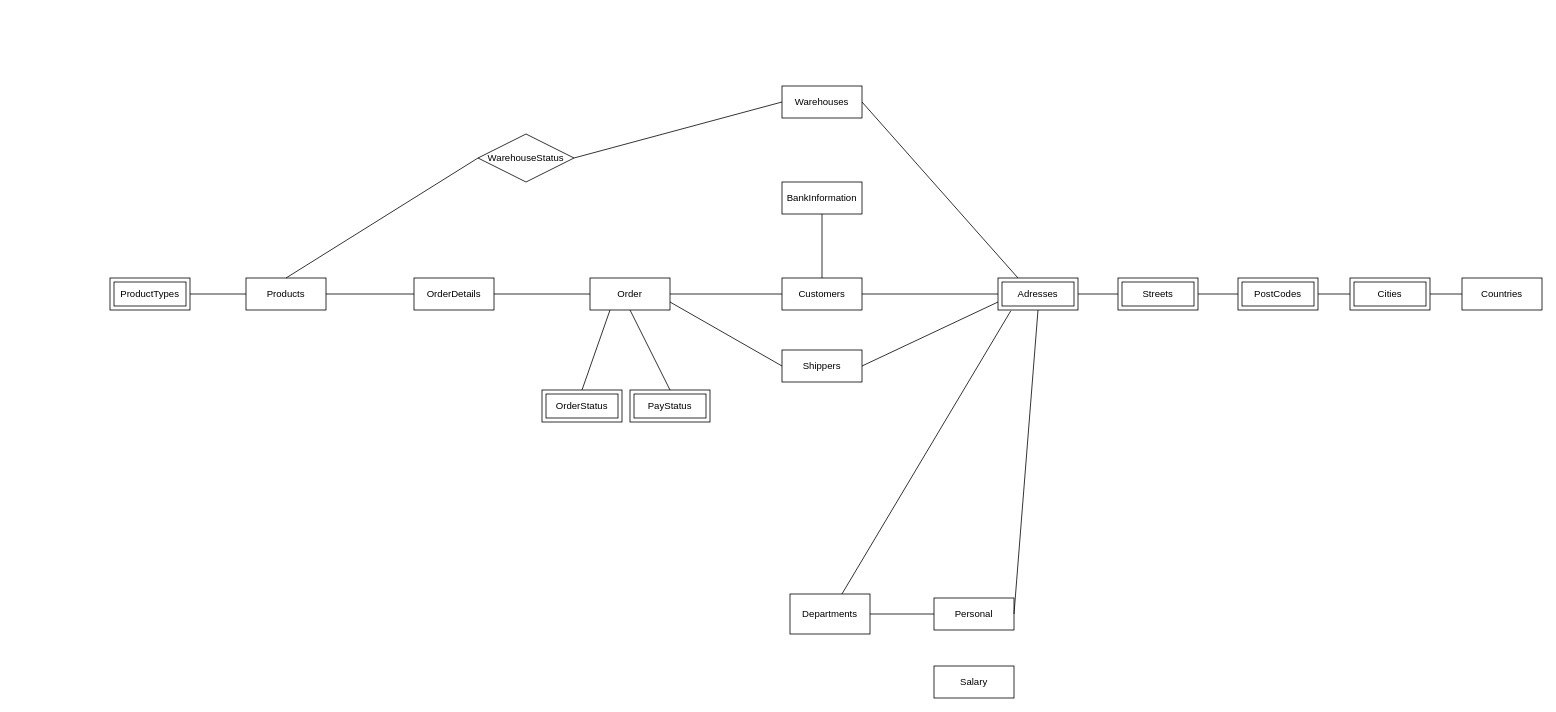
LisaDuente/SQL-Databasteknik keeps this draw.io diagram as IKEA DATABASE/IkeaDatabank.drawio. Above is the earlier version. Source tidied: cells renumbered, new cells numbered last; positions are measured from the earlier drawing's top-left corner, leaving out a move shared by most shapes. Both pictures are drawn from the tidied source at 80%, with x=0, y=0 at pixel (110, 86).
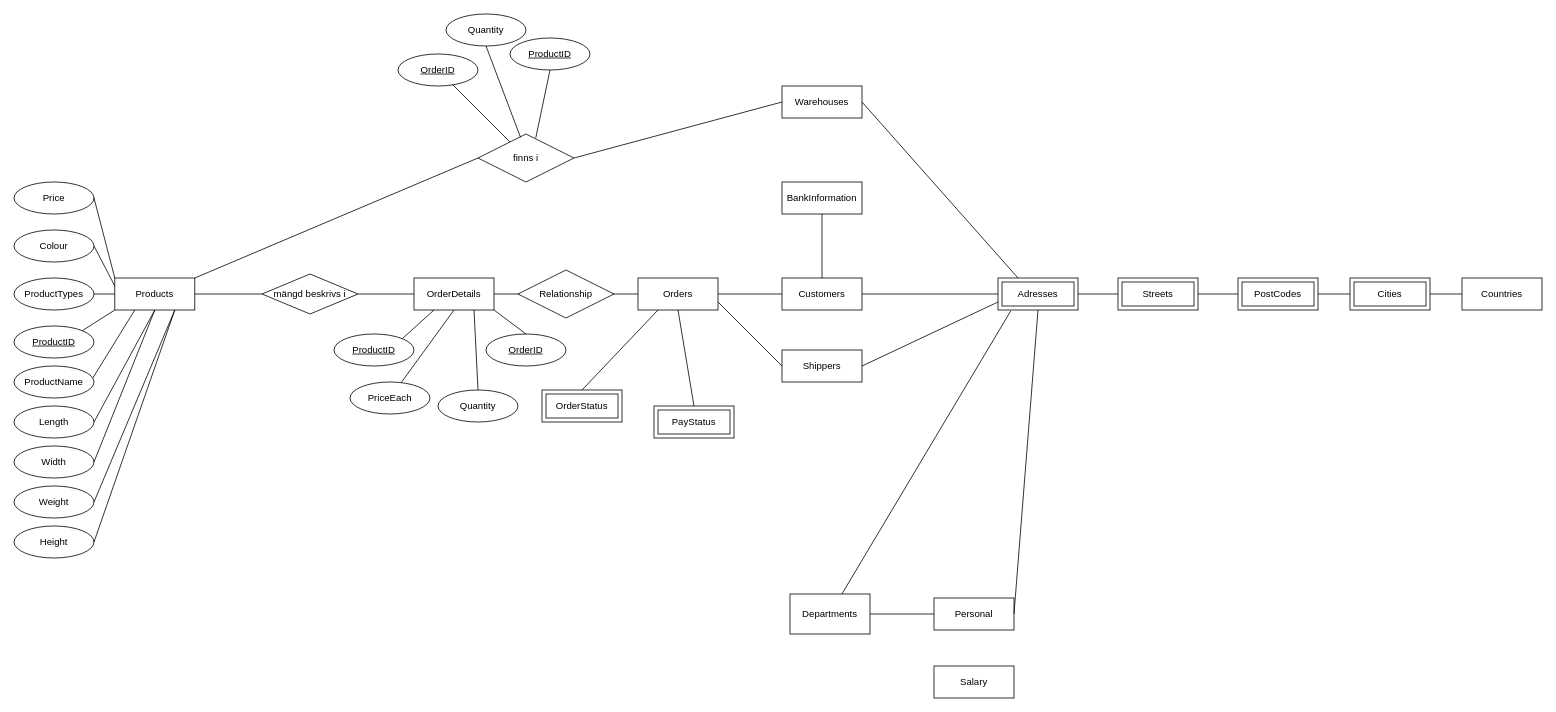
The same diagram, later.

What changed in the source:
```diff
@@
-    <mxCell id="19" value="Order" style="whiteSpace=wrap;html=1;align=center;" parent="1" vertex="1">
-      <mxGeometry x="600" y="240" width="100" height="40" as="geometry" />
+    <mxCell id="19" value="Orders" style="whiteSpace=wrap;html=1;align=center;" parent="1" vertex="1">
+      <mxGeometry x="660" y="240" width="100" height="40" as="geometry" />
     </mxCell>
-    <mxCell id="20" style="endArrow=none;html=1;rounded=0;" parent="1" edge="1">
+    <mxCell id="20" style="endArrow=none;html=1;rounded=0;exitX=1;exitY=0.5;exitDx=0;exitDy=0;" parent="1" edge="1" source="19">
       <mxGeometry relative="1" as="geometry">
-        <mxPoint x="700" y="260" as="sourcePoint" />
         <mxPoint x="840" y="260" as="targetPoint" />
       </mxGeometry>
     </mxCell>
@@
-    <mxCell id="25" value="OrderDetails" style="whiteSpace=wrap;html=1;align=center;" parent="1" vertex="1">
-      <mxGeometry x="380" y="240" width="100" height="40" as="geometry" />
-    </mxCell>
     <mxCell id="26" value="Products" style="whiteSpace=wrap;html=1;align=center;" parent="1" vertex="1">
-      <mxGeometry x="170" y="240" width="100" height="40" as="geometry" />
+      <mxGeometry x="6" y="240" width="100" height="40" as="geometry" />
     </mxCell>
@@
-    <mxCell id="28" value="WarehouseStatus" style="shape=rhombus;perimeter=rhombusPerimeter;whiteSpace=wrap;html=1;align=center;" parent="1" vertex="1">
+    <mxCell id="28" value="finns i" style="shape=rhombus;perimeter=rhombusPerimeter;whiteSpace=wrap;html=1;align=center;" parent="1" vertex="1">
       <mxGeometry x="460" y="60" width="120" height="60" as="geometry" />
     </mxCell>
-    <mxCell id="29" value="ProductTypes" style="shape=ext;margin=3;double=1;whiteSpace=wrap;html=1;align=center;" parent="1" vertex="1">
-      <mxGeometry y="240" width="100" height="40" as="geometry" />
-    </mxCell>
     <mxCell id="30" style="endArrow=none;html=1;rounded=0;entryX=0;entryY=0.5;entryDx=0;entryDy=0;" parent="1" edge="1" target="26">
       <mxGeometry relative="1" as="geometry">
-        <mxPoint x="100" y="260" as="sourcePoint" />
+        <mxPoint x="-30" y="260" as="sourcePoint" />
       </mxGeometry>
     </mxCell>
-    <mxCell id="31" style="endArrow=none;html=1;rounded=0;entryX=0;entryY=0.5;entryDx=0;entryDy=0;" parent="1" edge="1" target="25">
+    <mxCell id="31" style="endArrow=none;html=1;rounded=0;entryX=0;entryY=0.5;entryDx=0;entryDy=0;" parent="1" edge="1">
       <mxGeometry relative="1" as="geometry">
-        <mxPoint x="270" y="260" as="sourcePoint" />
+        <mxPoint x="310" y="260" as="sourcePoint" />
+        <mxPoint x="380" y="260" as="targetPoint" />
       </mxGeometry>
     </mxCell>
-    <mxCell id="32" style="endArrow=none;html=1;rounded=0;entryX=0;entryY=0.5;entryDx=0;entryDy=0;" parent="1" edge="1" target="28">
-      <mxGeometry relative="1" as="geometry">
-        <mxPoint x="220" y="240" as="sourcePoint" />
-      </mxGeometry>
+    <mxCell id="32" style="endArrow=none;html=1;rounded=0;entryX=0;entryY=0.5;entryDx=0;entryDy=0;exitX=1;exitY=0;exitDx=0;exitDy=0;" parent="1" edge="1" source="26" target="28">
+      <mxGeometry relative="1" as="geometry" />
     </mxCell>
@@
     <mxCell id="38" value="PayStatus" style="shape=ext;margin=3;double=1;whiteSpace=wrap;html=1;align=center;" parent="1" vertex="1">
-      <mxGeometry x="650" y="380" width="100" height="40" as="geometry" />
+      <mxGeometry x="680" y="400" width="100" height="40" as="geometry" />
     </mxCell>
@@
+    <mxCell id="41" value="OrderID" style="ellipse;whiteSpace=wrap;html=1;align=center;fontStyle=4;" parent="1" vertex="1">
+      <mxGeometry x="360" y="-40" width="100" height="40" as="geometry" />
+    </mxCell>
+    <mxCell id="42" value="ProductID" style="ellipse;whiteSpace=wrap;html=1;align=center;fontStyle=4;" parent="1" vertex="1">
+      <mxGeometry x="500" y="-60" width="100" height="40" as="geometry" />
+    </mxCell>
+    <mxCell id="43" value="Quantity" style="ellipse;whiteSpace=wrap;html=1;align=center;" parent="1" vertex="1">
+      <mxGeometry x="420" y="-90" width="100" height="40" as="geometry" />
+    </mxCell>
+    <mxCell id="44" style="endArrow=none;html=1;rounded=0;" parent="1" edge="1" source="41" target="28">
+      <mxGeometry relative="1" as="geometry" />
+    </mxCell>
+    <mxCell id="45" style="endArrow=none;html=1;rounded=0;exitX=0.5;exitY=1;exitDx=0;exitDy=0;entryX=0.443;entryY=0.07;entryDx=0;entryDy=0;entryPerimeter=0;" parent="1" edge="1" source="43" target="28">
+      <mxGeometry relative="1" as="geometry" />
+    </mxCell>
+    <mxCell id="46" style="endArrow=none;html=1;rounded=0;exitX=0.5;exitY=1;exitDx=0;exitDy=0;entryX=0.602;entryY=0.08;entryDx=0;entryDy=0;entryPerimeter=0;" parent="1" edge="1" source="42" target="28">
+      <mxGeometry relative="1" as="geometry" />
+    </mxCell>
+    <mxCell id="47" value="ProductID" style="ellipse;whiteSpace=wrap;html=1;align=center;fontStyle=4;" parent="1" vertex="1">
+      <mxGeometry x="-120" y="300" width="100" height="40" as="geometry" />
+    </mxCell>
+    <mxCell id="29" value="ProductTypes" style="ellipse;whiteSpace=wrap;html=1;align=center;" parent="1" vertex="1">
+      <mxGeometry x="-120" y="240" width="100" height="40" as="geometry" />
+    </mxCell>
+    <mxCell id="48" style="endArrow=none;html=1;rounded=0;exitX=1;exitY=0;exitDx=0;exitDy=0;entryX=0;entryY=1;entryDx=0;entryDy=0;" parent="1" edge="1" source="47" target="26">
+      <mxGeometry relative="1" as="geometry" />
+    </mxCell>
+    <mxCell id="49" value="ProductName" style="ellipse;whiteSpace=wrap;html=1;align=center;" parent="1" vertex="1">
+      <mxGeometry x="-120" y="350" width="100" height="40" as="geometry" />
+    </mxCell>
+    <mxCell id="50" value="Length" style="ellipse;whiteSpace=wrap;html=1;align=center;" parent="1" vertex="1">
+      <mxGeometry x="-120" y="400" width="100" height="40" as="geometry" />
+    </mxCell>
+    <mxCell id="51" value="Width" style="ellipse;whiteSpace=wrap;html=1;align=center;" parent="1" vertex="1">
+      <mxGeometry x="-120" y="450" width="100" height="40" as="geometry" />
+    </mxCell>
+    <mxCell id="52" value="Weight" style="ellipse;whiteSpace=wrap;html=1;align=center;" parent="1" vertex="1">
+      <mxGeometry x="-120" y="500" width="100" height="40" as="geometry" />
+    </mxCell>
+    <mxCell id="53" value="Height" style="ellipse;whiteSpace=wrap;html=1;align=center;" parent="1" vertex="1">
+      <mxGeometry x="-120" y="550" width="100" height="40" as="geometry" />
+    </mxCell>
+    <mxCell id="54" value="Colour" style="ellipse;whiteSpace=wrap;html=1;align=center;" parent="1" vertex="1">
+      <mxGeometry x="-120" y="180" width="100" height="40" as="geometry" />
+    </mxCell>
+    <mxCell id="55" value="Price" style="ellipse;whiteSpace=wrap;html=1;align=center;" parent="1" vertex="1">
+      <mxGeometry x="-120" y="120" width="100" height="40" as="geometry" />
+    </mxCell>
+    <mxCell id="56" style="endArrow=none;html=1;rounded=0;exitX=1;exitY=0.5;exitDx=0;exitDy=0;entryX=0;entryY=0;entryDx=0;entryDy=0;" parent="1" edge="1" source="55" target="26">
+      <mxGeometry relative="1" as="geometry" />
+    </mxCell>
+    <mxCell id="57" style="endArrow=none;html=1;rounded=0;exitX=1;exitY=0.5;exitDx=0;exitDy=0;entryX=0;entryY=0.25;entryDx=0;entryDy=0;" parent="1" edge="1" source="54" target="26">
+      <mxGeometry relative="1" as="geometry" />
+    </mxCell>
+    <mxCell id="58" style="endArrow=none;html=1;rounded=0;exitX=0.985;exitY=0.377;exitDx=0;exitDy=0;entryX=0.25;entryY=1;entryDx=0;entryDy=0;exitPerimeter=0;" parent="1" edge="1" source="49" target="26">
+      <mxGeometry relative="1" as="geometry" />
+    </mxCell>
+    <mxCell id="59" style="endArrow=none;html=1;rounded=0;entryX=0.5;entryY=1;entryDx=0;entryDy=0;exitX=1;exitY=0.5;exitDx=0;exitDy=0;" parent="1" edge="1" source="50" target="26">
+      <mxGeometry relative="1" as="geometry" />
+    </mxCell>
+    <mxCell id="60" style="endArrow=none;html=1;rounded=0;exitX=1;exitY=0.5;exitDx=0;exitDy=0;entryX=0.5;entryY=1;entryDx=0;entryDy=0;" parent="1" edge="1" source="51" target="26">
+      <mxGeometry relative="1" as="geometry" />
+    </mxCell>
+    <mxCell id="61" style="endArrow=none;html=1;rounded=0;exitX=1;exitY=0.5;exitDx=0;exitDy=0;entryX=0.75;entryY=1;entryDx=0;entryDy=0;" parent="1" edge="1" source="52" target="26">
+      <mxGeometry relative="1" as="geometry" />
+    </mxCell>
+    <mxCell id="62" style="endArrow=none;html=1;rounded=0;exitX=1;exitY=0.5;exitDx=0;exitDy=0;entryX=0.75;entryY=1;entryDx=0;entryDy=0;" parent="1" edge="1" source="53" target="26">
+      <mxGeometry relative="1" as="geometry" />
+    </mxCell>
+    <mxCell id="63" value="ProductID" style="ellipse;whiteSpace=wrap;html=1;align=center;fontStyle=4;" parent="1" vertex="1">
+      <mxGeometry x="280" y="310" width="100" height="40" as="geometry" />
+    </mxCell>
+    <mxCell id="64" value="OrderID" style="ellipse;whiteSpace=wrap;html=1;align=center;fontStyle=4;" parent="1" vertex="1">
+      <mxGeometry x="470" y="310" width="100" height="40" as="geometry" />
+    </mxCell>
+    <mxCell id="65" value="PriceEach" style="ellipse;whiteSpace=wrap;html=1;align=center;" parent="1" vertex="1">
+      <mxGeometry x="300" y="370" width="100" height="40" as="geometry" />
+    </mxCell>
+    <mxCell id="66" style="endArrow=none;html=1;rounded=0;entryX=0.25;entryY=1;entryDx=0;entryDy=0;exitX=1;exitY=0;exitDx=0;exitDy=0;" parent="1" edge="1" source="63" target="25">
+      <mxGeometry relative="1" as="geometry" />
+    </mxCell>
+    <mxCell id="67" style="endArrow=none;html=1;rounded=0;entryX=1;entryY=1;entryDx=0;entryDy=0;exitX=0.5;exitY=0;exitDx=0;exitDy=0;" parent="1" edge="1" source="64" target="25">
+      <mxGeometry relative="1" as="geometry" />
+    </mxCell>
+    <mxCell id="68" style="endArrow=none;html=1;rounded=0;entryX=0.5;entryY=1;entryDx=0;entryDy=0;" parent="1" edge="1" source="65" target="25">
+      <mxGeometry relative="1" as="geometry" />
+    </mxCell>
+    <mxCell id="69" style="endArrow=none;html=1;rounded=0;exitX=0.5;exitY=0;exitDx=0;exitDy=0;entryX=0.75;entryY=1;entryDx=0;entryDy=0;" parent="1" edge="1" target="25">
+      <mxGeometry relative="1" as="geometry">
+        <mxPoint x="460" y="380" as="sourcePoint" />
+      </mxGeometry>
+    </mxCell>
+    <mxCell id="70" value="Quantity" style="ellipse;whiteSpace=wrap;html=1;align=center;" parent="1" vertex="1">
+      <mxGeometry x="410" y="380" width="100" height="40" as="geometry" />
+    </mxCell>
+    <mxCell id="25" value="OrderDetails" style="whiteSpace=wrap;html=1;align=center;" parent="1" vertex="1">
+      <mxGeometry x="380" y="240" width="100" height="40" as="geometry" />
+    </mxCell>
+    <mxCell id="71" value="mängd beskrivs i" style="shape=rhombus;perimeter=rhombusPerimeter;whiteSpace=wrap;html=1;align=center;" parent="1" vertex="1">
+      <mxGeometry x="190" y="235" width="120" height="50" as="geometry" />
+    </mxCell>
+    <mxCell id="72" style="endArrow=none;html=1;rounded=0;exitX=1;exitY=0.5;exitDx=0;exitDy=0;entryX=0;entryY=0.5;entryDx=0;entryDy=0;" parent="1" edge="1" source="26" target="71">
+      <mxGeometry relative="1" as="geometry" />
+    </mxCell>
+    <mxCell id="73" value="Relationship" style="shape=rhombus;perimeter=rhombusPerimeter;whiteSpace=wrap;html=1;align=center;" parent="1" vertex="1">
+      <mxGeometry x="510" y="230" width="120" height="60" as="geometry" />
+    </mxCell>
```
